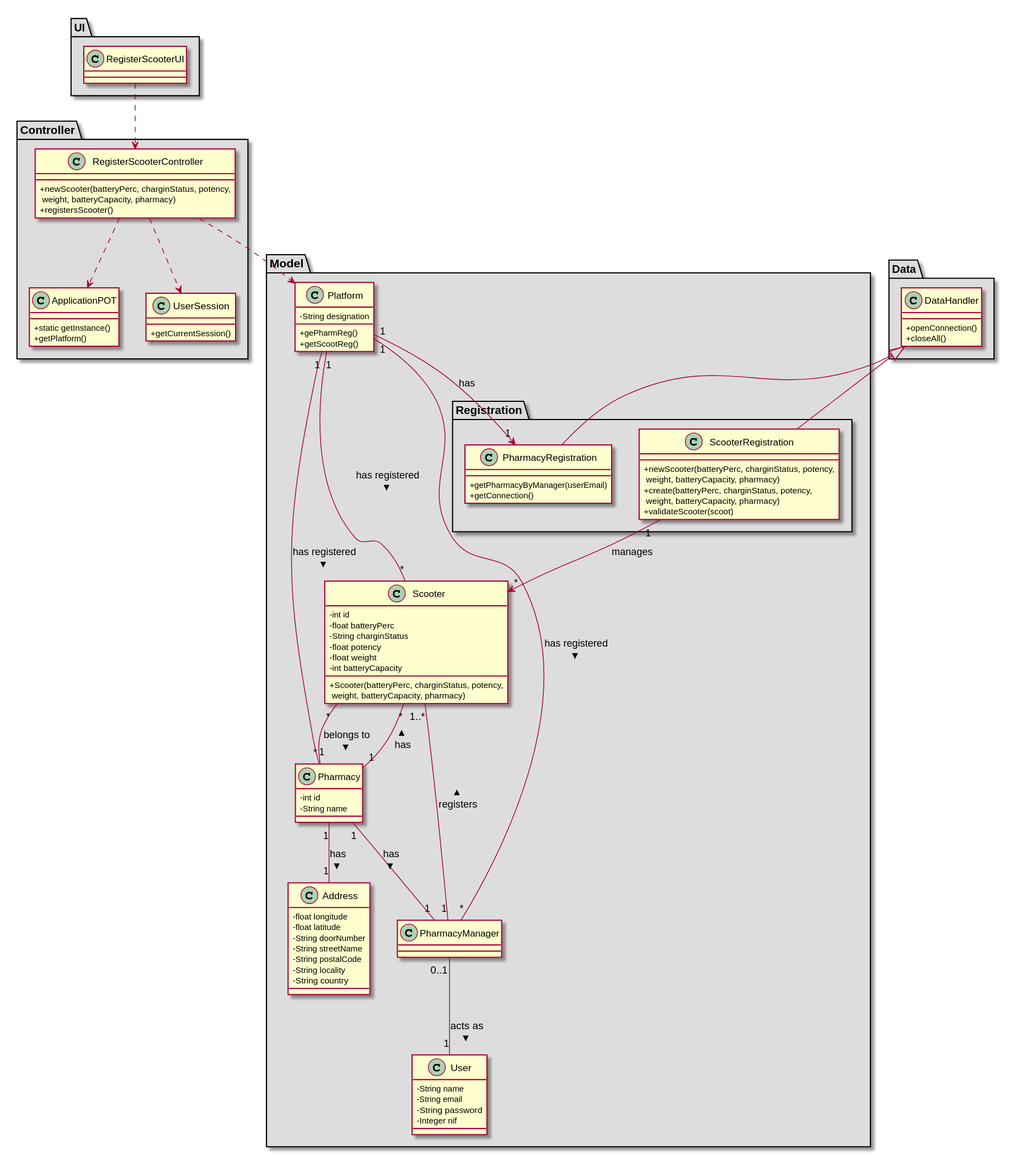
Before: docs/Iteration 1/Scooter Management/US21_RegisterScooter/US21_CD.svg, a diagram exported from PlantUML (tiagoavcosta25/LAPR3).
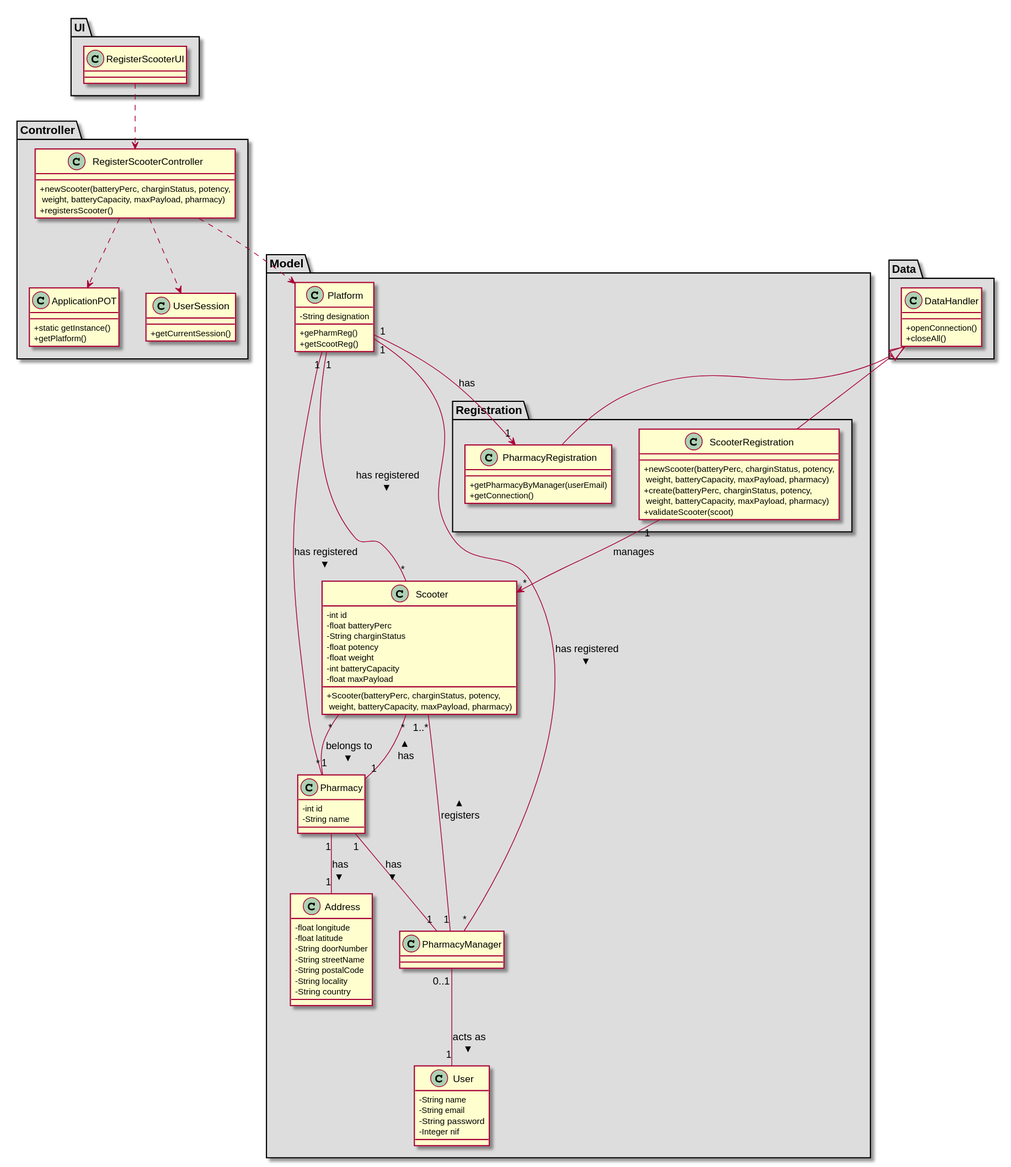
After the commit.

The edit, as a diff of the source:
```diff
@@ -10,7 +10,7 @@
 
 package "Controller" #DDDDDD {
 class RegisterScooterController{
-+newScooter(batteryPerc, charginStatus, potency,\n weight, batteryCapacity, pharmacy)
++newScooter(batteryPerc, charginStatus, potency,\n weight, batteryCapacity, maxPayload, pharmacy)
 +registersScooter()
 }
 
@@ -40,8 +40,8 @@
  }
 
  class ScooterRegistration{
-      +newScooter(batteryPerc, charginStatus, potency,\n weight, batteryCapacity, pharmacy)
-      +create(batteryPerc, charginStatus, potency,\n weight, batteryCapacity, pharmacy)
+      +newScooter(batteryPerc, charginStatus, potency,\n weight, batteryCapacity, maxPayload, pharmacy)
+      +create(batteryPerc, charginStatus, potency,\n weight, batteryCapacity, maxPayload, pharmacy)
       +validateScooter(scoot)
   }
  }
@@ -55,7 +55,8 @@
   -float potency
   -float weight
   -int batteryCapacity
-  +Scooter(batteryPerc, charginStatus, potency,\n weight, batteryCapacity, pharmacy)
+  -float maxPayload
+  +Scooter(batteryPerc, charginStatus, potency,\n weight, batteryCapacity, maxPayload, pharmacy)
 }
 
 class Address{
```
